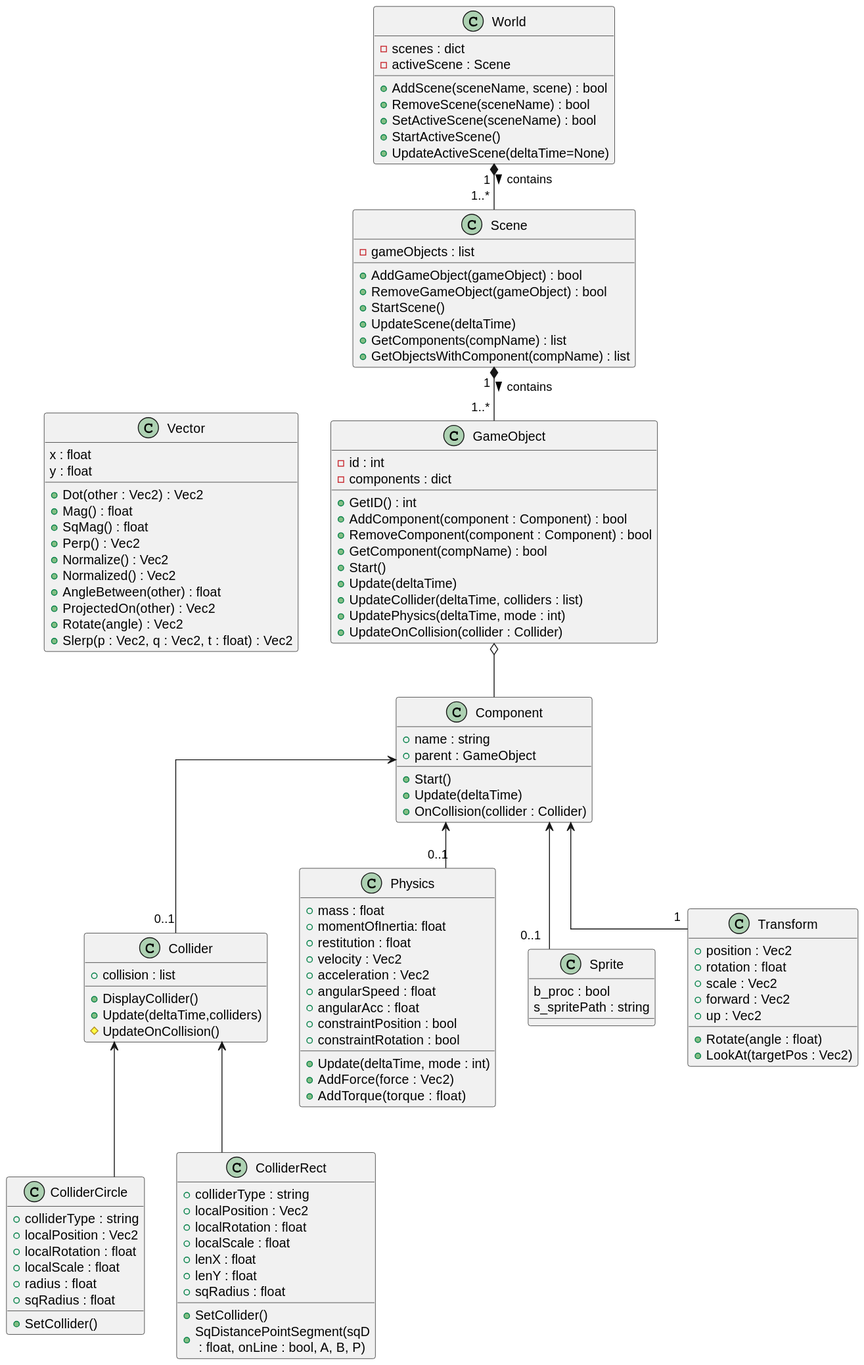
This is README-Graphics/Bouncy-Balls/UML-Diagrams/UML-Diagrams.svg from DantezMine/Bouncy-Balls, a PlantUML export, as it was before one commit.
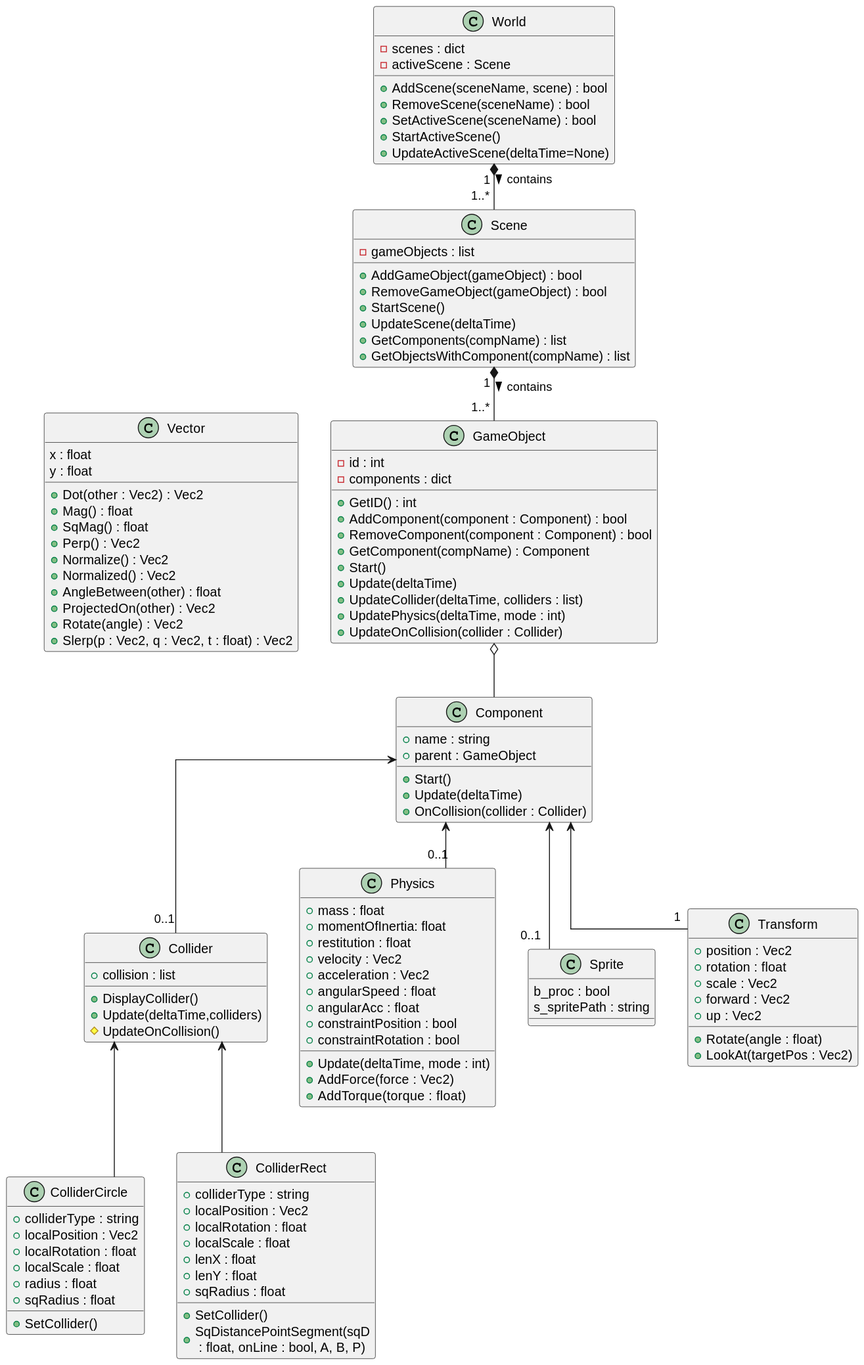
Later version of the same file.

Commit message:
Documented GameObject and Component

Change to the diagram source:
```diff
@@ -42,7 +42,7 @@
         {method} + GetID() : int
         {method} + AddComponent(component : Component) : bool
         {method} + RemoveComponent(component : Component) : bool
-        {method} + GetComponent(compName) : bool
+        {method} + GetComponent(compName) : Component
         {method} + Start()
         {method} + Update(deltaTime)
         {method} + UpdateCollider(deltaTime, colliders : list)
```
